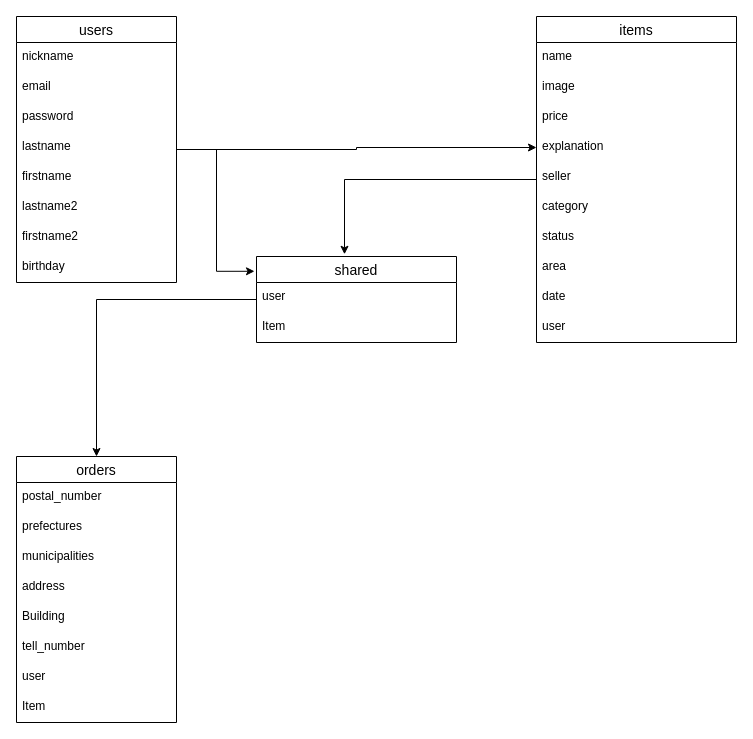
This is ER図.dio from Koutoubu/furima-35645, a draw.io file, before an edit. Source tidied: cells renumbered, new cells numbered last; positions are measured from the earlier drawing's top-left corner, leaving out a move shared by most shapes. Both pictures are drawn from the tidied source at 100%, with x=0, y=0 at pixel (16, 16).
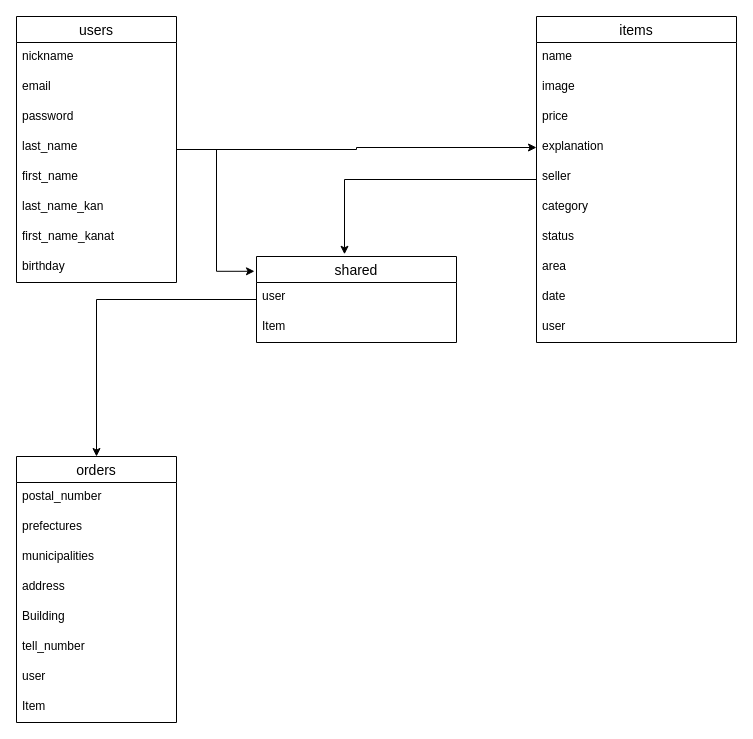
The same diagram, later.

Unchanged cells that the change refers to:
```xml
<mxCell id="29" value="users" style="swimlane;fontStyle=0;horizontal=1;startSize=26;align=center;fontSize=14;" parent="1" vertex="1">
  <mxGeometry width="160" height="266" as="geometry" />
</mxCell>
```

Diff of the diagram source:
```diff
@@
-    <mxCell id="33" value="lastname" style="text;strokeColor=none;fillColor=none;spacingLeft=4;spacingRight=4;overflow=hidden;fontSize=12;" parent="29" vertex="1">
+    <mxCell id="33" value="last_name" style="text;strokeColor=none;fillColor=none;spacingLeft=4;spacingRight=4;overflow=hidden;fontSize=12;" parent="29" vertex="1">
       <mxGeometry y="116" width="160" height="30" as="geometry" />
     </mxCell>
-    <mxCell id="34" value="firstname" style="text;strokeColor=none;fillColor=none;spacingLeft=4;spacingRight=4;overflow=hidden;fontSize=12;" parent="29" vertex="1">
+    <mxCell id="34" value="first_name" style="text;strokeColor=none;fillColor=none;spacingLeft=4;spacingRight=4;overflow=hidden;fontSize=12;" parent="29" vertex="1">
       <mxGeometry y="146" width="160" height="30" as="geometry" />
     </mxCell>
-    <mxCell id="35" value="lastname2" style="text;strokeColor=none;fillColor=none;spacingLeft=4;spacingRight=4;overflow=hidden;fontSize=12;" parent="29" vertex="1">
+    <mxCell id="35" value="last_name_kan" style="text;strokeColor=none;fillColor=none;spacingLeft=4;spacingRight=4;overflow=hidden;fontSize=12;" parent="29" vertex="1">
       <mxGeometry y="176" width="160" height="30" as="geometry" />
     </mxCell>
-    <mxCell id="36" value="firstname2" style="text;strokeColor=none;fillColor=none;spacingLeft=4;spacingRight=4;overflow=hidden;fontSize=12;" parent="29" vertex="1">
+    <mxCell id="36" value="first_name_kanat" style="text;strokeColor=none;fillColor=none;spacingLeft=4;spacingRight=4;overflow=hidden;fontSize=12;" parent="29" vertex="1">
       <mxGeometry y="206" width="160" height="30" as="geometry" />
     </mxCell>
```
